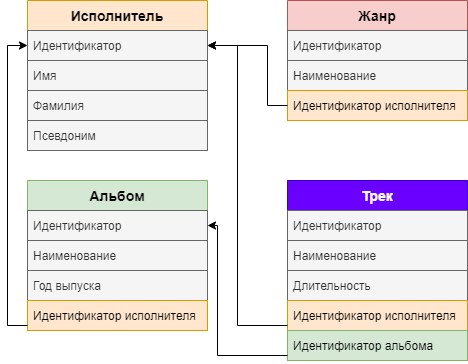
Before: shema_db.png, a diagram exported from draw.io (bas27/hw_db_fpy46). Source tidied: cells renumbered, new cells last; positions are measured from the earlier drawing's top-left corner, leaving out a move shared by most shapes.
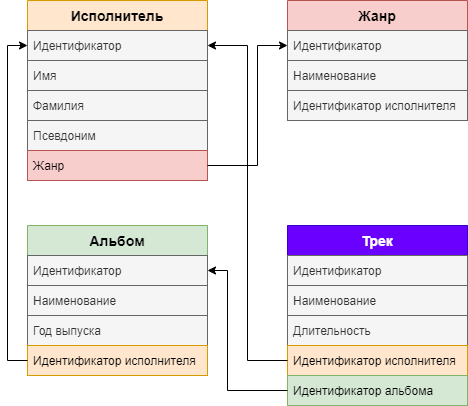
Above is the later version.

The edit, as a diff of the source:
```diff
@@ -3,7 +3,7 @@
     <mxCell id="0" />
     <mxCell id="1" parent="0" />
     <mxCell id="2" value="Исполнитель" style="swimlane;fontStyle=1;horizontal=1;startSize=30;fontSize=14;labelBackgroundColor=none;fillColor=#ffe6cc;strokeColor=#d79b00;" parent="1" vertex="1">
-      <mxGeometry x="20" width="180" height="150" as="geometry" />
+      <mxGeometry x="20" width="180" height="180" as="geometry" />
     </mxCell>
     <mxCell id="3" value="Идентификатор" style="text;align=left;verticalAlign=middle;spacingLeft=4;spacingRight=4;overflow=hidden;points=[[0,0.5],[1,0.5]];portConstraint=eastwest;fillColor=#f5f5f5;fontColor=#333333;strokeColor=#666666;" parent="2" vertex="1">
       <mxGeometry y="30" width="180" height="30" as="geometry" />
@@ -17,8 +17,11 @@
     <mxCell id="6" value="Псевдоним" style="text;align=left;verticalAlign=middle;spacingLeft=4;spacingRight=4;overflow=hidden;fillColor=#f5f5f5;fontColor=#333333;strokeColor=#666666;" parent="2" vertex="1">
       <mxGeometry y="120" width="180" height="30" as="geometry" />
     </mxCell>
+    <mxCell id="26" value="Жанр" style="text;align=left;verticalAlign=middle;spacingLeft=4;spacingRight=4;overflow=hidden;points=[[0,0.5],[1,0.5]];portConstraint=eastwest;fillColor=#f8cecc;strokeColor=#b85450;" parent="2" vertex="1">
+      <mxGeometry y="150" width="180" height="30" as="geometry" />
+    </mxCell>
     <mxCell id="7" value="Альбом" style="swimlane;fontStyle=1;horizontal=1;startSize=30;fontSize=14;fillColor=#d5e8d4;strokeColor=#82b366;" parent="1" vertex="1">
-      <mxGeometry x="20" y="180" width="180" height="150" as="geometry" />
+      <mxGeometry x="20" y="225" width="180" height="150" as="geometry" />
     </mxCell>
     <mxCell id="8" value="Идентификатор" style="text;strokeColor=#666666;fillColor=#f5f5f5;align=left;verticalAlign=middle;spacingLeft=4;spacingRight=4;overflow=hidden;points=[[0,0.5],[1,0.5]];portConstraint=eastwest;fontColor=#333333;" parent="7" vertex="1">
       <mxGeometry y="30" width="180" height="30" as="geometry" />
@@ -33,7 +36,7 @@
       <mxGeometry y="120" width="180" height="30" as="geometry" />
     </mxCell>
     <mxCell id="12" value="Трек" style="swimlane;fontStyle=1;horizontal=1;startSize=30;fontSize=14;fillColor=#6a00ff;strokeColor=#3700CC;fontColor=#ffffff;" parent="1" vertex="1">
-      <mxGeometry x="280" y="180" width="180" height="180" as="geometry" />
+      <mxGeometry x="280" y="225" width="180" height="180" as="geometry" />
     </mxCell>
     <mxCell id="13" value="Идентификатор" style="text;strokeColor=#666666;fillColor=#f5f5f5;align=left;verticalAlign=middle;spacingLeft=4;spacingRight=4;overflow=hidden;fontColor=#333333;" parent="12" vertex="1">
       <mxGeometry y="30" width="180" height="30" as="geometry" />
@@ -59,13 +62,13 @@
     <mxCell id="20" value="Наименование" style="text;strokeColor=#666666;fillColor=#f5f5f5;align=left;verticalAlign=middle;spacingLeft=4;spacingRight=4;overflow=hidden;fontColor=#333333;" parent="18" vertex="1">
       <mxGeometry y="60" width="180" height="30" as="geometry" />
     </mxCell>
-    <mxCell id="21" value="Идентификатор исполнителя" style="text;strokeColor=#d79b00;fillColor=#ffe6cc;align=left;verticalAlign=middle;spacingLeft=4;spacingRight=4;overflow=hidden;points=[[0,0.5],[1,0.5]];portConstraint=eastwest;" parent="18" vertex="1">
+    <mxCell id="21" value="Идентификатор исполнителя" style="text;align=left;verticalAlign=middle;spacingLeft=4;spacingRight=4;overflow=hidden;points=[[0,0.5],[1,0.5]];portConstraint=eastwest;fillColor=#f5f5f5;fontColor=#333333;strokeColor=#666666;" parent="18" vertex="1">
       <mxGeometry y="90" width="180" height="30" as="geometry" />
     </mxCell>
     <mxCell id="22" style="edgeStyle=orthogonalEdgeStyle;rounded=0;jettySize=auto;html=1;entryX=0;entryY=0.5;entryDx=0;entryDy=0;" parent="1" edge="1" source="11" target="3">
       <mxGeometry relative="1" as="geometry">
         <Array as="points">
-          <mxPoint y="325" />
+          <mxPoint y="360" />
           <mxPoint y="45" />
         </Array>
       </mxGeometry>
@@ -73,26 +76,26 @@
     <mxCell id="23" style="edgeStyle=orthogonalEdgeStyle;rounded=0;jettySize=auto;html=1;entryX=1;entryY=0.5;entryDx=0;entryDy=0;" parent="1" edge="1" source="16" target="3">
       <mxGeometry relative="1" as="geometry">
         <Array as="points">
-          <mxPoint x="230" y="325" />
-          <mxPoint x="230" y="45" />
+          <mxPoint x="240" y="360" />
+          <mxPoint x="240" y="45" />
         </Array>
       </mxGeometry>
     </mxCell>
     <mxCell id="24" style="edgeStyle=orthogonalEdgeStyle;rounded=0;jettySize=auto;html=1;entryX=1;entryY=0.5;entryDx=0;entryDy=0;" parent="1" edge="1" source="17" target="8">
       <mxGeometry relative="1" as="geometry">
         <Array as="points">
-          <mxPoint x="210" y="355" />
-          <mxPoint x="210" y="225" />
+          <mxPoint x="220" y="390" />
+          <mxPoint x="220" y="270" />
         </Array>
       </mxGeometry>
     </mxCell>
-    <mxCell id="25" style="edgeStyle=orthogonalEdgeStyle;rounded=0;jettySize=auto;html=1;entryX=1;entryY=0.5;entryDx=0;entryDy=0;fontSize=14;" parent="1" edge="1" source="21" target="3">
-      <mxGeometry relative="1" as="geometry">
-        <Array as="points">
-          <mxPoint x="260" y="105" />
-          <mxPoint x="260" y="45" />
-        </Array>
-      </mxGeometry>
-    </mxCell>
+    <mxCell id="27" style="edgeStyle=orthogonalEdgeStyle;rounded=0;jettySize=auto;html=1;fontSize=14;" parent="1" edge="1" source="26" target="19">
+      <mxGeometry relative="1" as="geometry">
+        <Array as="points">
+          <mxPoint x="250" y="165" />
+          <mxPoint x="250" y="45" />
+        </Array>
+      </mxGeometry>
+    </mxCell>
   </root>
 </mxGraphModel>
```
